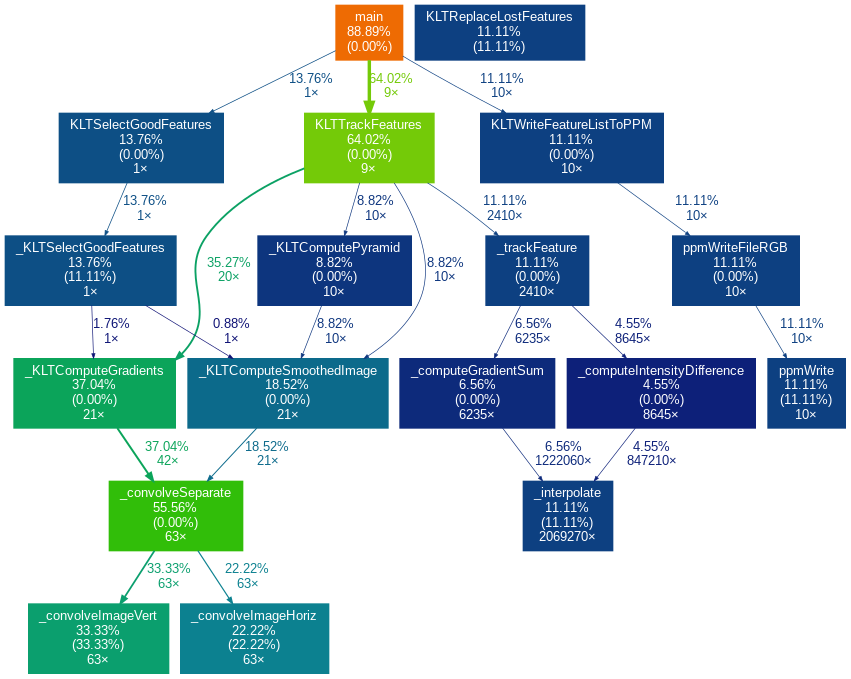
Earlier version of the Graphviz export src/V1/klt/profiling/example3_callgraph.png (FatimaRana50/CS4110-klt-gpu). Its source is kept beside it as src/V1/klt/profiling/example3_callgraph.dot.
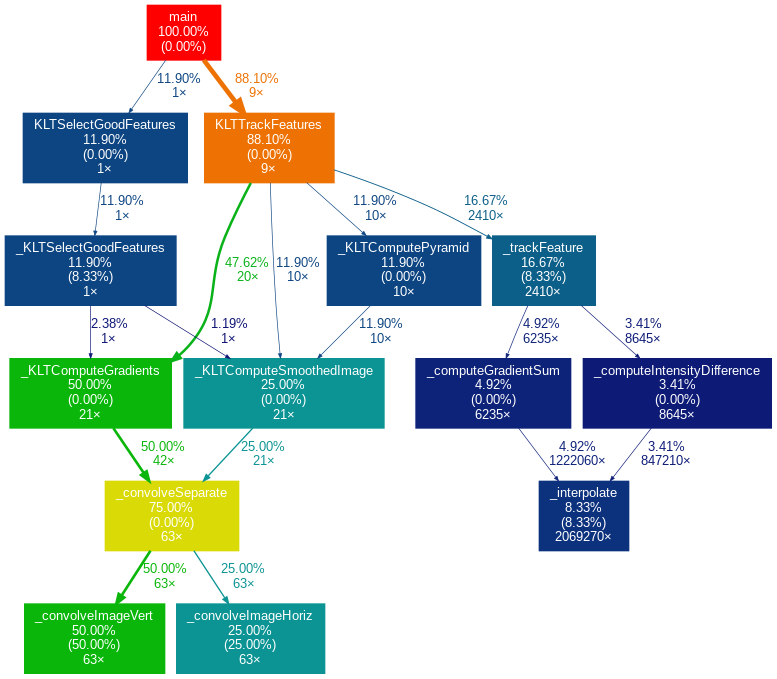
After the change.

The edit, as a diff of the source:
```diff
@@ -3,43 +3,36 @@
 	graph [fontname=Arial, nodesep=0.125, ranksep=0.25];
 	node [fontcolor=white, fontname=Arial, height=0, shape=box, style=filled, width=0];
 	edge [fontname=Arial];
-	1 [color="#ee6b03", fontcolor="#ffffff", fontsize="10.00", label="main\n88.89%\n(0.00%)"];
-	1 -> 2 [arrowsize="0.80", color="#74ca08", fontcolor="#74ca08", fontsize="10.00", label="64.02%\n9×", labeldistance="2.56", penwidth="2.56"];
-	1 -> 10 [arrowsize="0.37", color="#0d4f85", fontcolor="#0d4f85", fontsize="10.00", label="13.76%\n1×", labeldistance="0.55", penwidth="0.55"];
-	1 -> 12 [arrowsize="0.35", color="#0d4081", fontcolor="#0d4081", fontsize="10.00", label="11.11%\n10×", labeldistance="0.50", penwidth="0.50"];
-	2 [color="#74ca08", fontcolor="#ffffff", fontsize="10.00", label="KLTTrackFeatures\n64.02%\n(0.00%)\n9×"];
-	2 -> 4 [arrowsize="0.59", color="#0ba164", fontcolor="#0ba164", fontsize="10.00", label="35.27%\n20×", labeldistance="1.41", penwidth="1.41"];
-	2 -> 7 [arrowsize="0.35", color="#0d357e", fontcolor="#0d357e", fontsize="10.00", label="8.82%\n10×", labeldistance="0.50", penwidth="0.50"];
-	2 -> 9 [arrowsize="0.35", color="#0d4081", fontcolor="#0d4081", fontsize="10.00", label="11.11%\n2410×", labeldistance="0.50", penwidth="0.50"];
-	2 -> 16 [arrowsize="0.35", color="#0d357e", fontcolor="#0d357e", fontsize="10.00", label="8.82%\n10×", labeldistance="0.50", penwidth="0.50"];
-	3 [color="#31be09", fontcolor="#ffffff", fontsize="10.00", label="_convolveSeparate\n55.56%\n(0.00%)\n63×"];
-	3 -> 5 [arrowsize="0.58", color="#0b9f6e", fontcolor="#0b9f6e", fontsize="10.00", label="33.33%\n63×", labeldistance="1.33", penwidth="1.33"];
-	3 -> 6 [arrowsize="0.47", color="#0c8190", fontcolor="#0c8190", fontsize="10.00", label="22.22%\n63×", labeldistance="0.89", penwidth="0.89"];
-	4 [color="#0ba45a", fontcolor="#ffffff", fontsize="10.00", label="_KLTComputeGradients\n37.04%\n(0.00%)\n21×"];
-	4 -> 3 [arrowsize="0.61", color="#0ba45a", fontcolor="#0ba45a", fontsize="10.00", label="37.04%\n42×", labeldistance="1.48", penwidth="1.48"];
-	5 [color="#0b9f6e", fontcolor="#ffffff", fontsize="10.00", label="_convolveImageVert\n33.33%\n(33.33%)\n63×"];
-	6 [color="#0c8190", fontcolor="#ffffff", fontsize="10.00", label="_convolveImageHoriz\n22.22%\n(22.22%)\n63×"];
-	7 [color="#0c6a8b", fontcolor="#ffffff", fontsize="10.00", label="_KLTComputeSmoothedImage\n18.52%\n(0.00%)\n21×"];
-	7 -> 3 [arrowsize="0.43", color="#0c6a8b", fontcolor="#0c6a8b", fontsize="10.00", label="18.52%\n21×", labeldistance="0.74", penwidth="0.74"];
-	8 [color="#0d4081", fontcolor="#ffffff", fontsize="10.00", label="_interpolate\n11.11%\n(11.11%)\n2069270×"];
-	9 [color="#0d4081", fontcolor="#ffffff", fontsize="10.00", label="_trackFeature\n11.11%\n(0.00%)\n2410×"];
-	9 -> 15 [arrowsize="0.35", color="#0d2a7b", fontcolor="#0d2a7b", fontsize="10.00", label="6.56%\n6235×", labeldistance="0.50", penwidth="0.50"];
-	9 -> 17 [arrowsize="0.35", color="#0d2079", fontcolor="#0d2079", fontsize="10.00", label="4.55%\n8645×", labeldistance="0.50", penwidth="0.50"];
-	10 [color="#0d4f85", fontcolor="#ffffff", fontsize="10.00", label="KLTSelectGoodFeatures\n13.76%\n(0.00%)\n1×"];
-	10 -> 11 [arrowsize="0.37", color="#0d4f85", fontcolor="#0d4f85", fontsize="10.00", label="13.76%\n1×", labeldistance="0.55", penwidth="0.55"];
-	11 [color="#0d4f85", fontcolor="#ffffff", fontsize="10.00", label="_KLTSelectGoodFeatures\n13.76%\n(11.11%)\n1×"];
-	11 -> 4 [arrowsize="0.35", color="#0d1475", fontcolor="#0d1475", fontsize="10.00", label="1.76%\n1×", labeldistance="0.50", penwidth="0.50"];
-	11 -> 7 [arrowsize="0.35", color="#0d1074", fontcolor="#0d1074", fontsize="10.00", label="0.88%\n1×", labeldistance="0.50", penwidth="0.50"];
-	12 [color="#0d4081", fontcolor="#ffffff", fontsize="10.00", label="KLTWriteFeatureListToPPM\n11.11%\n(0.00%)\n10×"];
-	12 -> 14 [arrowsize="0.35", color="#0d4081", fontcolor="#0d4081", fontsize="10.00", label="11.11%\n10×", labeldistance="0.50", penwidth="0.50"];
-	13 [color="#0d4081", fontcolor="#ffffff", fontsize="10.00", label="ppmWrite\n11.11%\n(11.11%)\n10×"];
-	14 [color="#0d4081", fontcolor="#ffffff", fontsize="10.00", label="ppmWriteFileRGB\n11.11%\n(0.00%)\n10×"];
-	14 -> 13 [arrowsize="0.35", color="#0d4081", fontcolor="#0d4081", fontsize="10.00", label="11.11%\n10×", labeldistance="0.50", penwidth="0.50"];
-	15 [color="#0d2a7b", fontcolor="#ffffff", fontsize="10.00", label="_computeGradientSum\n6.56%\n(0.00%)\n6235×"];
-	15 -> 8 [arrowsize="0.35", color="#0d2a7b", fontcolor="#0d2a7b", fontsize="10.00", label="6.56%\n1222060×", labeldistance="0.50", penwidth="0.50"];
-	16 [color="#0d357e", fontcolor="#ffffff", fontsize="10.00", label="_KLTComputePyramid\n8.82%\n(0.00%)\n10×"];
-	16 -> 7 [arrowsize="0.35", color="#0d357e", fontcolor="#0d357e", fontsize="10.00", label="8.82%\n10×", labeldistance="0.50", penwidth="0.50"];
-	17 [color="#0d2079", fontcolor="#ffffff", fontsize="10.00", label="_computeIntensityDifference\n4.55%\n(0.00%)\n8645×"];
-	17 -> 8 [arrowsize="0.35", color="#0d2079", fontcolor="#0d2079", fontsize="10.00", label="4.55%\n847210×", labeldistance="0.50", penwidth="0.50"];
-	18 [color="#0d4081", fontcolor="#ffffff", fontsize="10.00", label="KLTReplaceLostFeatures\n11.11%\n(11.11%)"];
+	1 [color="#ff0000", fontcolor="#ffffff", fontsize="10.00", label="main\n100.00%\n(0.00%)"];
+	1 -> 2 [arrowsize="0.94", color="#ed7203", fontcolor="#ed7203", fontsize="10.00", label="88.10%\n9×", labeldistance="3.52", penwidth="3.52"];
+	1 -> 9 [arrowsize="0.35", color="#0d4582", fontcolor="#0d4582", fontsize="10.00", label="11.90%\n1×", labeldistance="0.50", penwidth="0.50"];
+	2 [color="#ed7203", fontcolor="#ffffff", fontsize="10.00", label="KLTTrackFeatures\n88.10%\n(0.00%)\n9×"];
+	2 -> 4 [arrowsize="0.69", color="#0ab21a", fontcolor="#0ab21a", fontsize="10.00", label="47.62%\n20×", labeldistance="1.90", penwidth="1.90"];
+	2 -> 7 [arrowsize="0.35", color="#0d4582", fontcolor="#0d4582", fontsize="10.00", label="11.90%\n10×", labeldistance="0.50", penwidth="0.50"];
+	2 -> 8 [arrowsize="0.41", color="#0c5f88", fontcolor="#0c5f88", fontsize="10.00", label="16.67%\n2410×", labeldistance="0.67", penwidth="0.67"];
+	2 -> 11 [arrowsize="0.35", color="#0d4582", fontcolor="#0d4582", fontsize="10.00", label="11.90%\n10×", labeldistance="0.50", penwidth="0.50"];
+	3 [color="#dada06", fontcolor="#ffffff", fontsize="10.00", label="_convolveSeparate\n75.00%\n(0.00%)\n63×"];
+	3 -> 5 [arrowsize="0.71", color="#0ab60a", fontcolor="#0ab60a", fontsize="10.00", label="50.00%\n63×", labeldistance="2.00", penwidth="2.00"];
+	3 -> 6 [arrowsize="0.50", color="#0c9393", fontcolor="#0c9393", fontsize="10.00", label="25.00%\n63×", labeldistance="1.00", penwidth="1.00"];
+	4 [color="#0ab60a", fontcolor="#ffffff", fontsize="10.00", label="_KLTComputeGradients\n50.00%\n(0.00%)\n21×"];
+	4 -> 3 [arrowsize="0.71", color="#0ab60a", fontcolor="#0ab60a", fontsize="10.00", label="50.00%\n42×", labeldistance="2.00", penwidth="2.00"];
+	5 [color="#0ab60a", fontcolor="#ffffff", fontsize="10.00", label="_convolveImageVert\n50.00%\n(50.00%)\n63×"];
+	6 [color="#0c9393", fontcolor="#ffffff", fontsize="10.00", label="_convolveImageHoriz\n25.00%\n(25.00%)\n63×"];
+	7 [color="#0c9393", fontcolor="#ffffff", fontsize="10.00", label="_KLTComputeSmoothedImage\n25.00%\n(0.00%)\n21×"];
+	7 -> 3 [arrowsize="0.50", color="#0c9393", fontcolor="#0c9393", fontsize="10.00", label="25.00%\n21×", labeldistance="1.00", penwidth="1.00"];
+	8 [color="#0c5f88", fontcolor="#ffffff", fontsize="10.00", label="_trackFeature\n16.67%\n(8.33%)\n2410×"];
+	8 -> 13 [arrowsize="0.35", color="#0d2279", fontcolor="#0d2279", fontsize="10.00", label="4.92%\n6235×", labeldistance="0.50", penwidth="0.50"];
+	8 -> 14 [arrowsize="0.35", color="#0d1b77", fontcolor="#0d1b77", fontsize="10.00", label="3.41%\n8645×", labeldistance="0.50", penwidth="0.50"];
+	9 [color="#0d4582", fontcolor="#ffffff", fontsize="10.00", label="KLTSelectGoodFeatures\n11.90%\n(0.00%)\n1×"];
+	9 -> 10 [arrowsize="0.35", color="#0d4582", fontcolor="#0d4582", fontsize="10.00", label="11.90%\n1×", labeldistance="0.50", penwidth="0.50"];
+	10 [color="#0d4582", fontcolor="#ffffff", fontsize="10.00", label="_KLTSelectGoodFeatures\n11.90%\n(8.33%)\n1×"];
+	10 -> 4 [arrowsize="0.35", color="#0d1776", fontcolor="#0d1776", fontsize="10.00", label="2.38%\n1×", labeldistance="0.50", penwidth="0.50"];
+	10 -> 7 [arrowsize="0.35", color="#0d1274", fontcolor="#0d1274", fontsize="10.00", label="1.19%\n1×", labeldistance="0.50", penwidth="0.50"];
+	11 [color="#0d4582", fontcolor="#ffffff", fontsize="10.00", label="_KLTComputePyramid\n11.90%\n(0.00%)\n10×"];
+	11 -> 7 [arrowsize="0.35", color="#0d4582", fontcolor="#0d4582", fontsize="10.00", label="11.90%\n10×", labeldistance="0.50", penwidth="0.50"];
+	12 [color="#0d327d", fontcolor="#ffffff", fontsize="10.00", label="_interpolate\n8.33%\n(8.33%)\n2069270×"];
+	13 [color="#0d2279", fontcolor="#ffffff", fontsize="10.00", label="_computeGradientSum\n4.92%\n(0.00%)\n6235×"];
+	13 -> 12 [arrowsize="0.35", color="#0d2279", fontcolor="#0d2279", fontsize="10.00", label="4.92%\n1222060×", labeldistance="0.50", penwidth="0.50"];
+	14 [color="#0d1b77", fontcolor="#ffffff", fontsize="10.00", label="_computeIntensityDifference\n3.41%\n(0.00%)\n8645×"];
+	14 -> 12 [arrowsize="0.35", color="#0d1b77", fontcolor="#0d1b77", fontsize="10.00", label="3.41%\n847210×", labeldistance="0.50", penwidth="0.50"];
 }
```
